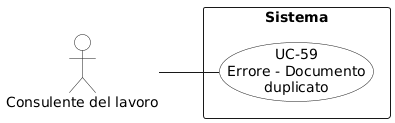
The PlantUML diagram RTB/Analisi dei Requisiti/diagrammi_use_case/UC-59.png in aLittleByte-19/Documentazione, before a commit.
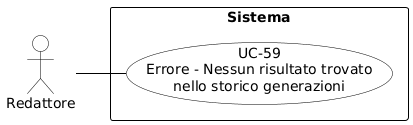
The same file after the commit.

Change to the diagram source:
```diff
@@ -1,14 +1,29 @@
 @startuml
+skinparam shadowing false
+skinparam defaultFontName Arial
 left to right direction
-skinparam packageStyle rectangle
-skinparam usecaseBackgroundColor White
-skinparam actorBackgroundColor White
+skinparam nodesep 15
+skinparam ranksep 50
 
-actor "Consulente del lavoro" as consulente
+skinparam usecase {
+    BackgroundColor white
+    BorderColor black
+    ArrowColor black
+}
+skinparam actor {
+    BackgroundColor white
+    BorderColor black
+}
+skinparam rectangle {
+    BorderColor black
+    FontStyle bold
+}
+
+actor "Redattore" as redattore
 
 rectangle "Sistema" {
-  usecase "UC-59\nErrore - Documento\nduplicato" as uc59
+    usecase "UC-59\nErrore - Nessun risultato trovato\nnello storico generazioni" as UC59
 }
 
-consulente -- uc59
+redattore -- UC59
 @enduml
```
